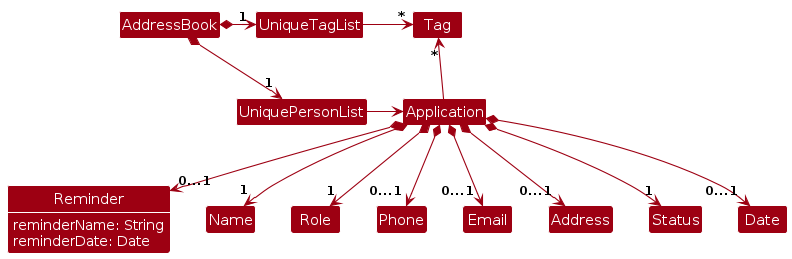
The PlantUML diagram diagrams/BetterModelClassDiagram.png in AY2526S2-CS2103T-F10-4/tp, before a commit. Its source is kept beside it as diagrams/BetterModelClassDiagram.puml. Source of this version:
```plantuml
@startuml
!include style.puml
skinparam arrowThickness 1.1
skinparam arrowColor MODEL_COLOR
skinparam classBackgroundColor MODEL_COLOR
skinparam classAttributeFontColor #FFFFFF

Class Reminder {
    reminderName: String
    reminderDate: Date
}

AddressBook *-right-> "1" UniquePersonList
AddressBook *-right-> "1" UniqueTagList
UniqueTagList -[hidden]down- UniquePersonList
UniqueTagList -[hidden]down- UniquePersonList

UniqueTagList -right-> "*" Tag
UniquePersonList -right-> Application

Application -up-> "*" Tag

Application *--> "1" Name
Application *--> "1" Role
Application *--> "0...1" Phone
Application *--> "0...1" Email
Application *--> "0...1" Address
Application *--> "1" Status
Application *--> "0...1" Date
Application *--> "0...1" Reminder
@enduml
```
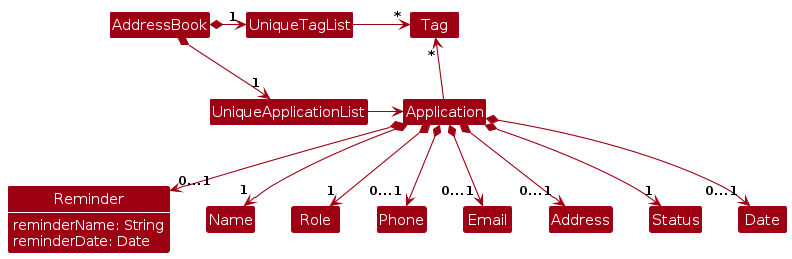
Later version of the same file.

The edit, as a diff of the source:
```diff
@@ -10,13 +10,13 @@
     reminderDate: Date
 }
 
-AddressBook *-right-> "1" UniquePersonList
+AddressBook *-right-> "1" UniqueApplicationList
 AddressBook *-right-> "1" UniqueTagList
-UniqueTagList -[hidden]down- UniquePersonList
-UniqueTagList -[hidden]down- UniquePersonList
+UniqueTagList -[hidden]down- UniqueApplicationList
+UniqueTagList -[hidden]down- UniqueApplicationList
 
 UniqueTagList -right-> "*" Tag
-UniquePersonList -right-> Application
+UniqueApplicationList -right-> Application
 
 Application -up-> "*" Tag
 
```
